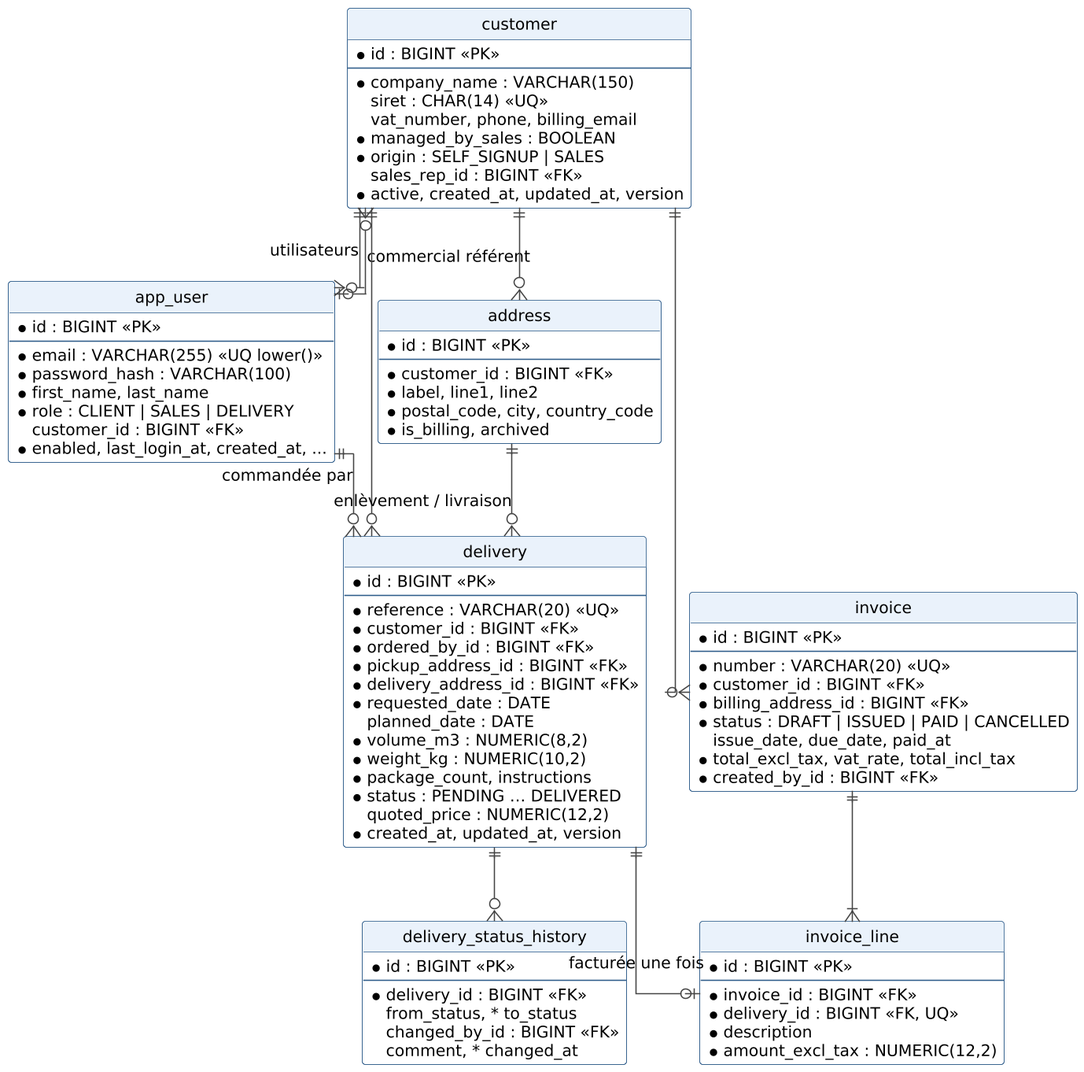
Earlier version of the PlantUML export docs/diagrammes/archi-donnees.png (TxYms/Projet-5). Source of this version:
```plantuml
@startuml
skinparamlocked dpi 150
!include skin.iuml
hide circle
skinparam linetype ortho
skinparam classBackgroundColor #FFFFFF
skinparam classBorderColor #2E5C8A
skinparam classHeaderBackgroundColor #EAF2FB
entity "customer" as customer {
  * id : BIGINT <<PK>>
  --
  * company_name : VARCHAR(150)
  siret : CHAR(14) <<UQ>>
  vat_number, phone, billing_email
  * managed_by_sales : BOOLEAN
  * origin : SELF_SIGNUP | SALES
  sales_rep_id : BIGINT <<FK>>
  * active, created_at, updated_at, version
}
entity "app_user" as app_user {
  * id : BIGINT <<PK>>
  --
  * email : VARCHAR(255) <<UQ lower()>>
  * password_hash : VARCHAR(100)
  * first_name, last_name
  * role : CLIENT | SALES | DELIVERY
  customer_id : BIGINT <<FK>>
  * enabled, last_login_at, created_at, ...
}
entity "address" as address {
  * id : BIGINT <<PK>>
  --
  * customer_id : BIGINT <<FK>>
  * label, line1, line2
  * postal_code, city, country_code
  * is_billing, archived
}
entity "delivery" as delivery {
  * id : BIGINT <<PK>>
  --
  * reference : VARCHAR(20) <<UQ>>
  * customer_id : BIGINT <<FK>>
  * ordered_by_id : BIGINT <<FK>>
  * pickup_address_id : BIGINT <<FK>>
  * delivery_address_id : BIGINT <<FK>>
  * requested_date : DATE
  planned_date : DATE
  * volume_m3 : NUMERIC(8,2)
  * weight_kg : NUMERIC(10,2)
  * package_count, instructions
  * status : PENDING … DELIVERED
  quoted_price : NUMERIC(12,2)
  * created_at, updated_at, version
}
entity "delivery_status_history" as hist {
  * id : BIGINT <<PK>>
  --
  * delivery_id : BIGINT <<FK>>
  from_status, * to_status
  changed_by_id : BIGINT <<FK>>
  comment, * changed_at
}
entity "invoice" as invoice {
  * id : BIGINT <<PK>>
  --
  * number : VARCHAR(20) <<UQ>>
  * customer_id : BIGINT <<FK>>
  * billing_address_id : BIGINT <<FK>>
  * status : DRAFT | ISSUED | PAID | CANCELLED
  issue_date, due_date, paid_at
  * total_excl_tax, vat_rate, total_incl_tax
  * created_by_id : BIGINT <<FK>>
}
entity "invoice_line" as line {
  * id : BIGINT <<PK>>
  --
  * invoice_id : BIGINT <<FK>>
  * delivery_id : BIGINT <<FK, UQ>>
  * description
  * amount_excl_tax : NUMERIC(12,2)
}
customer ||--o{ app_user : "utilisateurs"
app_user |o--o{ customer : "commercial référent"
customer ||--o{ address
customer ||--o{ delivery
app_user ||--o{ delivery : "commandée par"
address ||--o{ delivery : "enlèvement / livraison"
delivery ||--o{ hist
customer ||--o{ invoice
invoice ||--|{ line
delivery ||--o| line : "facturée une fois"
@enduml
```
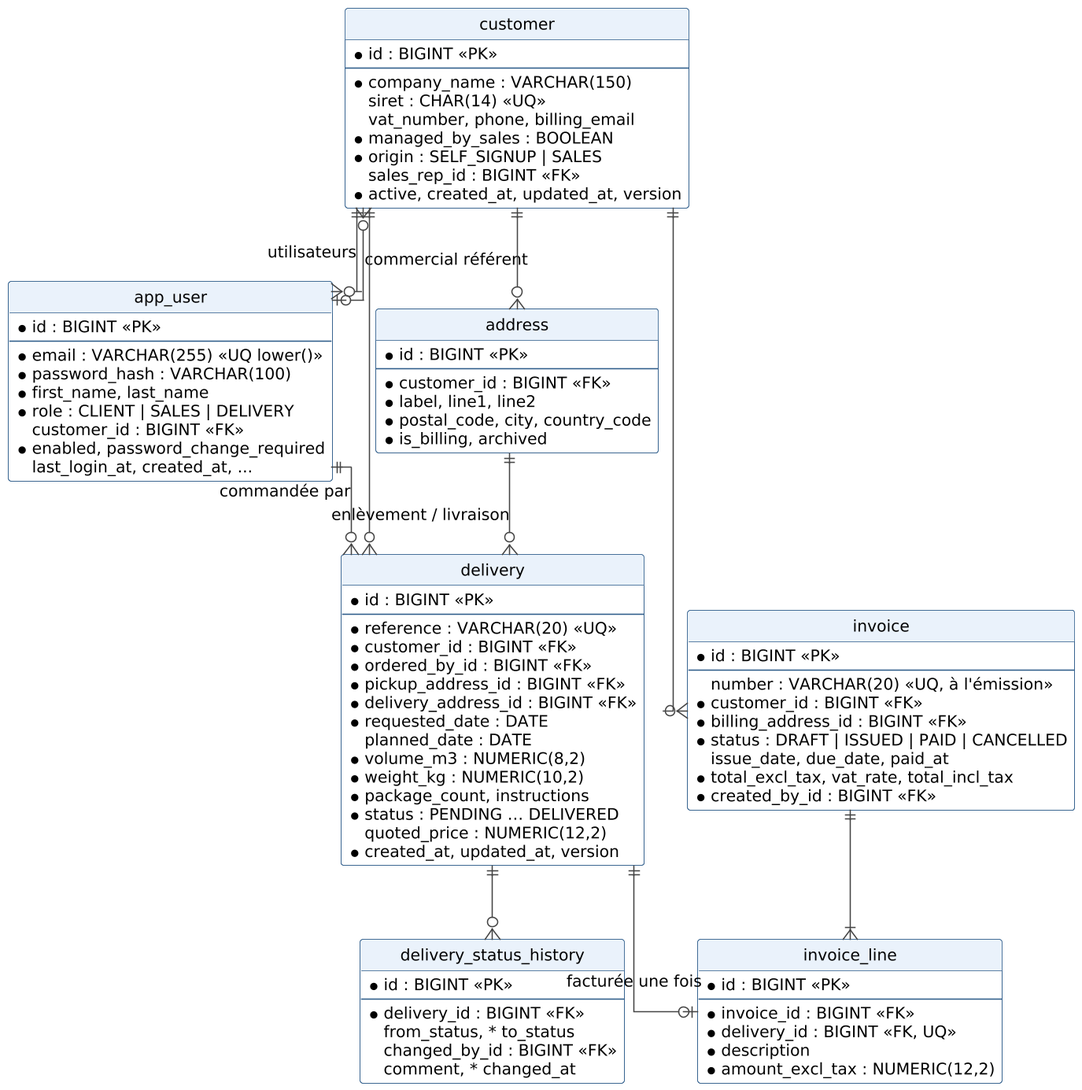
After the commit.

Commit message:
fix(db): numéro de facture attribué à l'émission, changement de mot de passe imposé aux comptes repris

Claude-Session: https://claude.ai/code/session_01JqBfv7EXwU9Ni7CZc1BQQ5

What changed in the source:
```diff
@@ -25,7 +25,8 @@
   * first_name, last_name
   * role : CLIENT | SALES | DELIVERY
   customer_id : BIGINT <<FK>>
-  * enabled, last_login_at, created_at, ...
+  * enabled, password_change_required
+  last_login_at, created_at, ...
 }
 entity "address" as address {
   * id : BIGINT <<PK>>
@@ -63,7 +64,7 @@
 entity "invoice" as invoice {
   * id : BIGINT <<PK>>
   --
-  * number : VARCHAR(20) <<UQ>>
+  number : VARCHAR(20) <<UQ, à l'émission>>
   * customer_id : BIGINT <<FK>>
   * billing_address_id : BIGINT <<FK>>
   * status : DRAFT | ISSUED | PAID | CANCELLED
```
